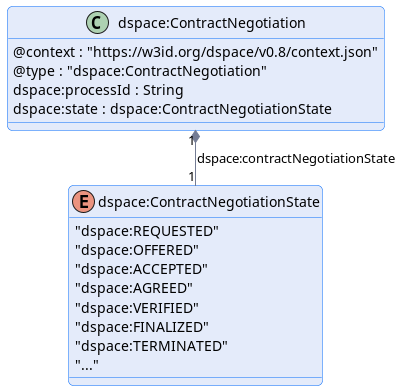
International-Data-Spaces-Association/ids-specification keeps this PlantUML diagram as negotiation/message/diagram/contract-negotiation.png. Above is the earlier version.
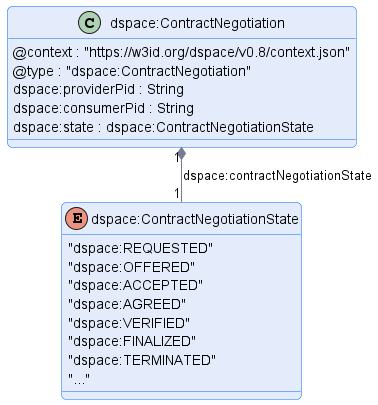
Later version of the same file.

Change to the diagram source:
```diff
@@ -9,7 +9,8 @@
 class "dspace:ContractNegotiation" {
     @context : "https://w3id.org/dspace/v0.8/context.json"
     @type : "dspace:ContractNegotiation"
-    dspace:processId : String
+    dspace:providerPid : String
+    dspace:consumerPid : String
     dspace:state : dspace:ContractNegotiationState
 }
 
```
